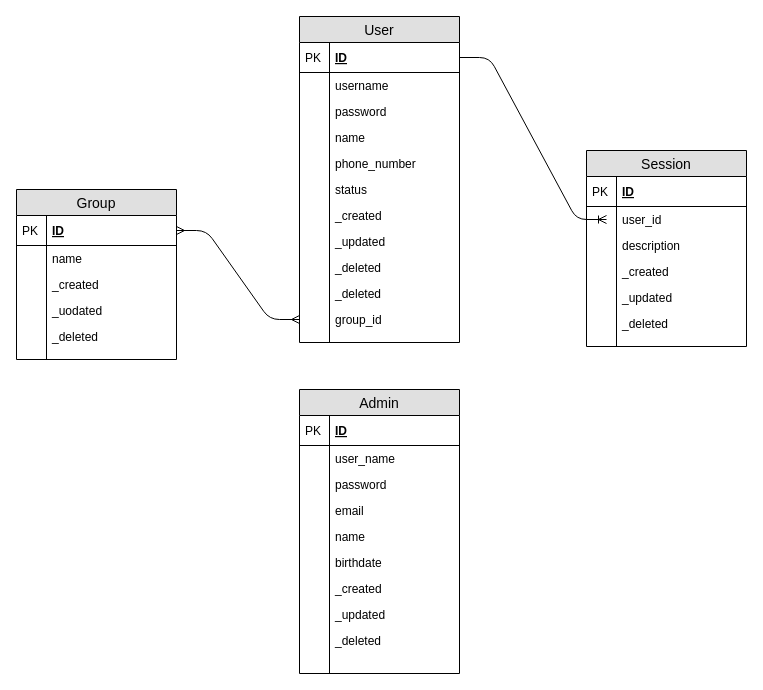
thanhthao10722/locate-me keeps this draw.io diagram as Database/locateme.drawio. Above is the earlier version. Source tidied: cells renumbered, new cells numbered last; positions are measured from the earlier drawing's top-left corner, leaving out a move shared by most shapes. Both pictures are drawn from the tidied source at 100%, with x=0, y=0 at pixel (16, 16).
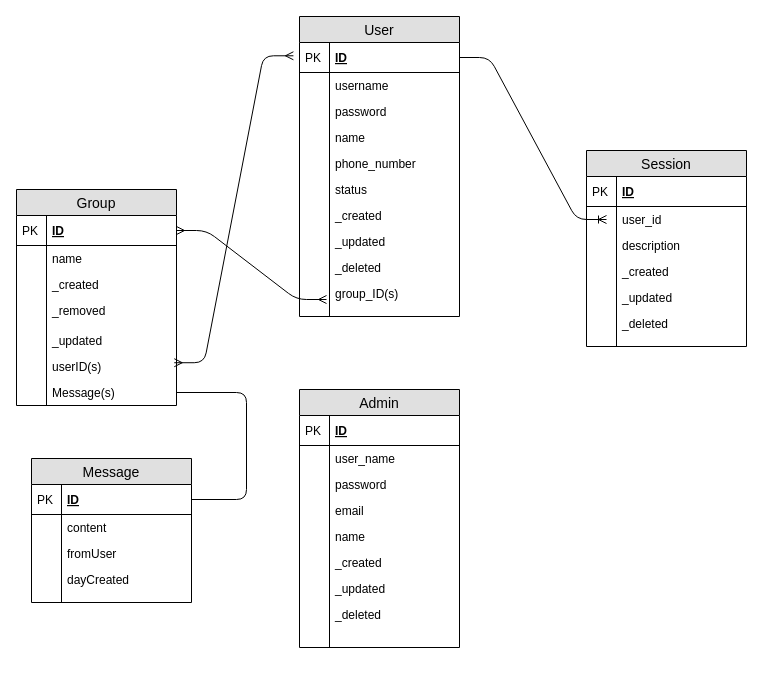
The same diagram, later.

Unchanged cells that the change refers to:
```xml
<mxCell id="26" value="ID" style="shape=partialRectangle;top=0;left=0;right=0;bottom=1;align=left;verticalAlign=middle;fillColor=none;spacingLeft=34;spacingRight=4;overflow=hidden;points=[[0,0.5],[1,0.5]];portConstraint=eastwest;fontStyle=5;fontSize=12;" parent="25" vertex="1">
  <mxGeometry y="26" width="160" height="30" as="geometry" />
</mxCell>
<mxCell id="51" value="ID" style="shape=partialRectangle;top=0;left=0;right=0;bottom=1;align=left;verticalAlign=middle;fillColor=none;spacingLeft=34;spacingRight=4;overflow=hidden;points=[[0,0.5],[1,0.5]];portConstraint=eastwest;fontStyle=5;fontSize=12;" parent="50" vertex="1">
  <mxGeometry y="26" width="160" height="30" as="geometry" />
</mxCell>
```

What changed in the source:
```diff
@@
     <mxCell id="2" value="Admin" style="swimlane;fontStyle=0;horizontal=1;startSize=26;fillColor=#e0e0e0;swimlaneFillColor=#ffffff;align=center;fontSize=14;" parent="1" vertex="1">
-      <mxGeometry x="283" y="373" width="160" height="284" as="geometry" />
+      <mxGeometry x="283" y="373" width="160" height="258" as="geometry" />
     </mxCell>
@@
-    <mxCell id="13" value="birthdate" style="shape=partialRectangle;top=0;left=0;right=0;bottom=0;align=left;verticalAlign=top;fillColor=none;spacingLeft=34;spacingRight=4;overflow=hidden;fontSize=12;" parent="2" vertex="1">
-      <mxGeometry y="160" width="160" height="26" as="geometry" />
-    </mxCell>
-    <mxCell id="14" style="shape=partialRectangle;top=0;left=0;bottom=0;fillColor=none;align=left;verticalAlign=top;spacingLeft=4;spacingRight=4;overflow=hidden;fontSize=12;" parent="13" vertex="1">
-      <mxGeometry width="30" height="26" as="geometry" />
-    </mxCell>
     <mxCell id="15" value="_created" style="shape=partialRectangle;top=0;left=0;right=0;bottom=0;align=left;verticalAlign=top;fillColor=none;spacingLeft=34;spacingRight=4;overflow=hidden;fontSize=12;" parent="2" vertex="1">
-      <mxGeometry y="186" width="160" height="26" as="geometry" />
+      <mxGeometry y="160" width="160" height="26" as="geometry" />
     </mxCell>
@@
     <mxCell id="17" value="_updated" style="shape=partialRectangle;top=0;left=0;right=0;bottom=0;align=left;verticalAlign=top;fillColor=none;spacingLeft=34;spacingRight=4;overflow=hidden;fontSize=12;" parent="2" vertex="1">
-      <mxGeometry y="212" width="160" height="26" as="geometry" />
+      <mxGeometry y="186" width="160" height="26" as="geometry" />
     </mxCell>
@@
     <mxCell id="19" value="_deleted" style="shape=partialRectangle;top=0;left=0;right=0;bottom=0;align=left;verticalAlign=top;fillColor=none;spacingLeft=34;spacingRight=4;overflow=hidden;fontSize=12;" parent="2" vertex="1">
-      <mxGeometry y="238" width="160" height="26" as="geometry" />
+      <mxGeometry y="212" width="160" height="26" as="geometry" />
     </mxCell>
@@
     <mxCell id="21" style="shape=partialRectangle;top=0;left=0;right=0;bottom=0;align=left;verticalAlign=top;fillColor=none;spacingLeft=34;spacingRight=4;overflow=hidden;fontSize=12;" parent="2" vertex="1">
-      <mxGeometry y="264" width="160" height="10" as="geometry" />
+      <mxGeometry y="238" width="160" height="10" as="geometry" />
     </mxCell>
@@
     <mxCell id="23" style="shape=partialRectangle;top=0;left=0;right=0;bottom=0;align=left;verticalAlign=top;fillColor=none;spacingLeft=34;spacingRight=4;overflow=hidden;fontSize=12;" parent="2" vertex="1">
-      <mxGeometry y="274" width="160" height="10" as="geometry" />
+      <mxGeometry y="248" width="160" height="10" as="geometry" />
     </mxCell>
@@
     <mxCell id="25" value="User" style="swimlane;fontStyle=0;horizontal=1;startSize=26;fillColor=#e0e0e0;swimlaneFillColor=#ffffff;align=center;fontSize=14;" parent="1" vertex="1">
-      <mxGeometry x="283" width="160" height="326" as="geometry" />
+      <mxGeometry x="283" width="160" height="300" as="geometry" />
     </mxCell>
@@
-    <mxCell id="44" value="_deleted" style="shape=partialRectangle;top=0;left=0;right=0;bottom=0;align=left;verticalAlign=top;fillColor=none;spacingLeft=34;spacingRight=4;overflow=hidden;fontSize=12;" parent="25" vertex="1">
+    <mxCell id="44" value="group_ID(s)" style="shape=partialRectangle;top=0;left=0;right=0;bottom=0;align=left;verticalAlign=top;fillColor=none;spacingLeft=34;spacingRight=4;overflow=hidden;fontSize=12;" parent="25" vertex="1">
       <mxGeometry y="264" width="160" height="26" as="geometry" />
     </mxCell>
@@
-    <mxCell id="46" value="group_id" style="shape=partialRectangle;top=0;left=0;right=0;bottom=0;align=left;verticalAlign=top;fillColor=none;spacingLeft=34;spacingRight=4;overflow=hidden;points=[[0,0.5],[1,0.5]];portConstraint=eastwest;fontSize=12;" parent="25" vertex="1">
-      <mxGeometry y="290" width="160" height="26" as="geometry" />
-    </mxCell>
-    <mxCell id="47" style="shape=partialRectangle;top=0;left=0;bottom=0;fillColor=none;align=left;verticalAlign=top;spacingLeft=4;spacingRight=4;overflow=hidden;fontSize=12;" parent="46" vertex="1">
-      <mxGeometry width="30" height="26" as="geometry" />
-    </mxCell>
     <mxCell id="48" style="shape=partialRectangle;top=0;left=0;right=0;bottom=0;align=left;verticalAlign=top;fillColor=none;spacingLeft=34;spacingRight=4;overflow=hidden;fontSize=12;" parent="25" vertex="1">
-      <mxGeometry y="316" width="160" height="10" as="geometry" />
+      <mxGeometry y="290" width="160" height="10" as="geometry" />
     </mxCell>
@@
     <mxCell id="50" value="Group" style="swimlane;fontStyle=0;horizontal=1;startSize=26;fillColor=#e0e0e0;swimlaneFillColor=#ffffff;align=center;fontSize=14;" parent="1" vertex="1">
-      <mxGeometry y="173" width="160" height="170" as="geometry" />
+      <mxGeometry y="173" width="160" height="216" as="geometry" />
     </mxCell>
@@
+    <mxCell id="59" value="_removed" style="shape=partialRectangle;top=0;left=0;right=0;bottom=0;align=left;verticalAlign=top;fillColor=none;spacingLeft=34;spacingRight=4;overflow=hidden;fontSize=12;" parent="50" vertex="1">
+      <mxGeometry y="108" width="160" height="30" as="geometry" />
+    </mxCell>
+    <mxCell id="60" style="shape=partialRectangle;top=0;left=0;bottom=0;fillColor=none;align=left;verticalAlign=top;spacingLeft=4;spacingRight=4;overflow=hidden;fontSize=12;" parent="59" vertex="1">
+      <mxGeometry width="30" height="30" as="geometry" />
+    </mxCell>
-    <mxCell id="57" value="_uodated" style="shape=partialRectangle;top=0;left=0;right=0;bottom=0;align=left;verticalAlign=top;fillColor=none;spacingLeft=34;spacingRight=4;overflow=hidden;fontSize=12;" parent="50" vertex="1">
-      <mxGeometry y="108" width="160" height="26" as="geometry" />
+    <mxCell id="57" value="_updated" style="shape=partialRectangle;top=0;left=0;right=0;bottom=0;align=left;verticalAlign=top;fillColor=none;spacingLeft=34;spacingRight=4;overflow=hidden;fontSize=12;" parent="50" vertex="1">
+      <mxGeometry y="138" width="160" height="26" as="geometry" />
     </mxCell>
@@
-    <mxCell id="59" value="_deleted" style="shape=partialRectangle;top=0;left=0;right=0;bottom=0;align=left;verticalAlign=top;fillColor=none;spacingLeft=34;spacingRight=4;overflow=hidden;fontSize=12;" parent="50" vertex="1">
-      <mxGeometry y="134" width="160" height="26" as="geometry" />
-    </mxCell>
-    <mxCell id="60" style="shape=partialRectangle;top=0;left=0;bottom=0;fillColor=none;align=left;verticalAlign=top;spacingLeft=4;spacingRight=4;overflow=hidden;fontSize=12;" parent="59" vertex="1">
-      <mxGeometry width="30" height="26" as="geometry" />
-    </mxCell>
-    <mxCell id="61" style="shape=partialRectangle;top=0;left=0;right=0;bottom=0;align=left;verticalAlign=top;fillColor=none;spacingLeft=34;spacingRight=4;overflow=hidden;fontSize=12;" parent="50" vertex="1">
-      <mxGeometry y="160" width="160" height="10" as="geometry" />
-    </mxCell>
-    <mxCell id="62" style="shape=partialRectangle;top=0;left=0;bottom=0;fillColor=none;align=left;verticalAlign=top;spacingLeft=4;spacingRight=4;overflow=hidden;fontSize=12;" parent="61" vertex="1">
-      <mxGeometry width="30" height="10" as="geometry" />
-    </mxCell>
+    <mxCell id="80" value="userID(s)" style="shape=partialRectangle;top=0;left=0;right=0;bottom=0;align=left;verticalAlign=top;fillColor=none;spacingLeft=34;spacingRight=4;overflow=hidden;points=[[0,0.5],[1,0.5]];portConstraint=eastwest;fontSize=12;" parent="50" vertex="1">
+      <mxGeometry y="164" width="160" height="26" as="geometry" />
+    </mxCell>
+    <mxCell id="81" style="shape=partialRectangle;top=0;left=0;bottom=0;fillColor=none;align=left;verticalAlign=top;spacingLeft=4;spacingRight=4;overflow=hidden;fontSize=12;" parent="80" vertex="1">
+      <mxGeometry width="30" height="26" as="geometry" />
+    </mxCell>
+    <mxCell id="82" value="Message(s)" style="shape=partialRectangle;top=0;left=0;right=0;bottom=0;align=left;verticalAlign=top;fillColor=none;spacingLeft=34;spacingRight=4;overflow=hidden;points=[[0,0.5],[1,0.5]];portConstraint=eastwest;fontSize=12;" parent="50" vertex="1">
+      <mxGeometry y="190" width="160" height="26" as="geometry" />
+    </mxCell>
+    <mxCell id="83" style="shape=partialRectangle;top=0;left=0;bottom=0;fillColor=none;align=left;verticalAlign=top;spacingLeft=4;spacingRight=4;overflow=hidden;fontSize=12;" parent="82" vertex="1">
+      <mxGeometry width="30" height="26" as="geometry" />
+    </mxCell>
@@
-    <mxCell id="79" style="edgeStyle=entityRelationEdgeStyle;fontSize=12;html=1;endArrow=ERmany;startArrow=ERmany;exitX=1;exitY=0.5;exitDx=0;exitDy=0;" parent="1" edge="1" source="51" target="46">
+    <mxCell id="79" style="edgeStyle=entityRelationEdgeStyle;fontSize=12;html=1;endArrow=ERmany;startArrow=ERmany;exitX=0.986;exitY=0.355;exitDx=0;exitDy=0;exitPerimeter=0;entryX=-0.038;entryY=0.443;entryDx=0;entryDy=0;entryPerimeter=0;" parent="1" edge="1" source="80" target="26">
       <mxGeometry relative="1" as="geometry" />
     </mxCell>
+    <mxCell id="84" value="Message" style="swimlane;fontStyle=0;horizontal=1;startSize=26;fillColor=#e0e0e0;swimlaneFillColor=#ffffff;align=center;fontSize=14;" parent="1" vertex="1">
+      <mxGeometry x="15" y="442" width="160" height="144" as="geometry" />
+    </mxCell>
+    <mxCell id="85" value="ID" style="shape=partialRectangle;top=0;left=0;right=0;bottom=1;align=left;verticalAlign=middle;fillColor=none;spacingLeft=34;spacingRight=4;overflow=hidden;points=[[0,0.5],[1,0.5]];portConstraint=eastwest;fontStyle=5;fontSize=12;" parent="84" vertex="1">
+      <mxGeometry y="26" width="160" height="30" as="geometry" />
+    </mxCell>
+    <mxCell id="86" value="PK" style="shape=partialRectangle;top=0;left=0;bottom=0;fillColor=none;align=left;verticalAlign=middle;spacingLeft=4;spacingRight=4;overflow=hidden;fontSize=12;" parent="85" vertex="1">
+      <mxGeometry width="30" height="30" as="geometry" />
+    </mxCell>
+    <mxCell id="87" value="content" style="shape=partialRectangle;top=0;left=0;right=0;bottom=0;align=left;verticalAlign=top;fillColor=none;spacingLeft=34;spacingRight=4;overflow=hidden;fontSize=12;" parent="84" vertex="1">
+      <mxGeometry y="56" width="160" height="26" as="geometry" />
+    </mxCell>
+    <mxCell id="88" style="shape=partialRectangle;top=0;left=0;bottom=0;fillColor=none;align=left;verticalAlign=top;spacingLeft=4;spacingRight=4;overflow=hidden;fontSize=12;" parent="87" vertex="1">
+      <mxGeometry width="30" height="26" as="geometry" />
+    </mxCell>
+    <mxCell id="89" value="fromUser" style="shape=partialRectangle;top=0;left=0;right=0;bottom=0;align=left;verticalAlign=top;fillColor=none;spacingLeft=34;spacingRight=4;overflow=hidden;fontSize=12;" parent="84" vertex="1">
+      <mxGeometry y="82" width="160" height="26" as="geometry" />
+    </mxCell>
+    <mxCell id="90" style="shape=partialRectangle;top=0;left=0;bottom=0;fillColor=none;align=left;verticalAlign=top;spacingLeft=4;spacingRight=4;overflow=hidden;fontSize=12;" parent="89" vertex="1">
+      <mxGeometry width="30" height="26" as="geometry" />
+    </mxCell>
+    <mxCell id="91" value="dayCreated" style="shape=partialRectangle;top=0;left=0;right=0;bottom=0;align=left;verticalAlign=top;fillColor=none;spacingLeft=34;spacingRight=4;overflow=hidden;fontSize=12;" parent="84" vertex="1">
+      <mxGeometry y="108" width="160" height="26" as="geometry" />
+    </mxCell>
+    <mxCell id="92" style="shape=partialRectangle;top=0;left=0;bottom=0;fillColor=none;align=left;verticalAlign=top;spacingLeft=4;spacingRight=4;overflow=hidden;fontSize=12;" parent="91" vertex="1">
+      <mxGeometry width="30" height="26" as="geometry" />
+    </mxCell>
+    <mxCell id="93" style="shape=partialRectangle;top=0;left=0;right=0;bottom=0;align=left;verticalAlign=top;fillColor=none;spacingLeft=34;spacingRight=4;overflow=hidden;fontSize=12;" parent="84" vertex="1">
+      <mxGeometry y="134" width="160" height="10" as="geometry" />
+    </mxCell>
+    <mxCell id="62" style="shape=partialRectangle;top=0;left=0;bottom=0;fillColor=none;align=left;verticalAlign=top;spacingLeft=4;spacingRight=4;overflow=hidden;fontSize=12;" parent="93" vertex="1">
+      <mxGeometry width="30" height="10" as="geometry" />
+    </mxCell>
+    <mxCell id="94" style="endArrow=none;html=1;exitX=1;exitY=0.5;exitDx=0;exitDy=0;entryX=1;entryY=0.5;entryDx=0;entryDy=0;" parent="1" edge="1" source="82" target="85">
+      <mxGeometry relative="1" as="geometry">
+        <Array as="points">
+          <mxPoint x="230" y="376" />
+          <mxPoint x="230" y="483" />
+        </Array>
+      </mxGeometry>
+    </mxCell>
+    <mxCell id="95" style="edgeStyle=entityRelationEdgeStyle;fontSize=12;html=1;endArrow=ERmany;startArrow=ERmany;exitX=1;exitY=0.5;exitDx=0;exitDy=0;" parent="1" edge="1" source="51">
+      <mxGeometry relative="1" as="geometry">
+        <mxPoint x="310" y="283" as="targetPoint" />
+      </mxGeometry>
+    </mxCell>
```
